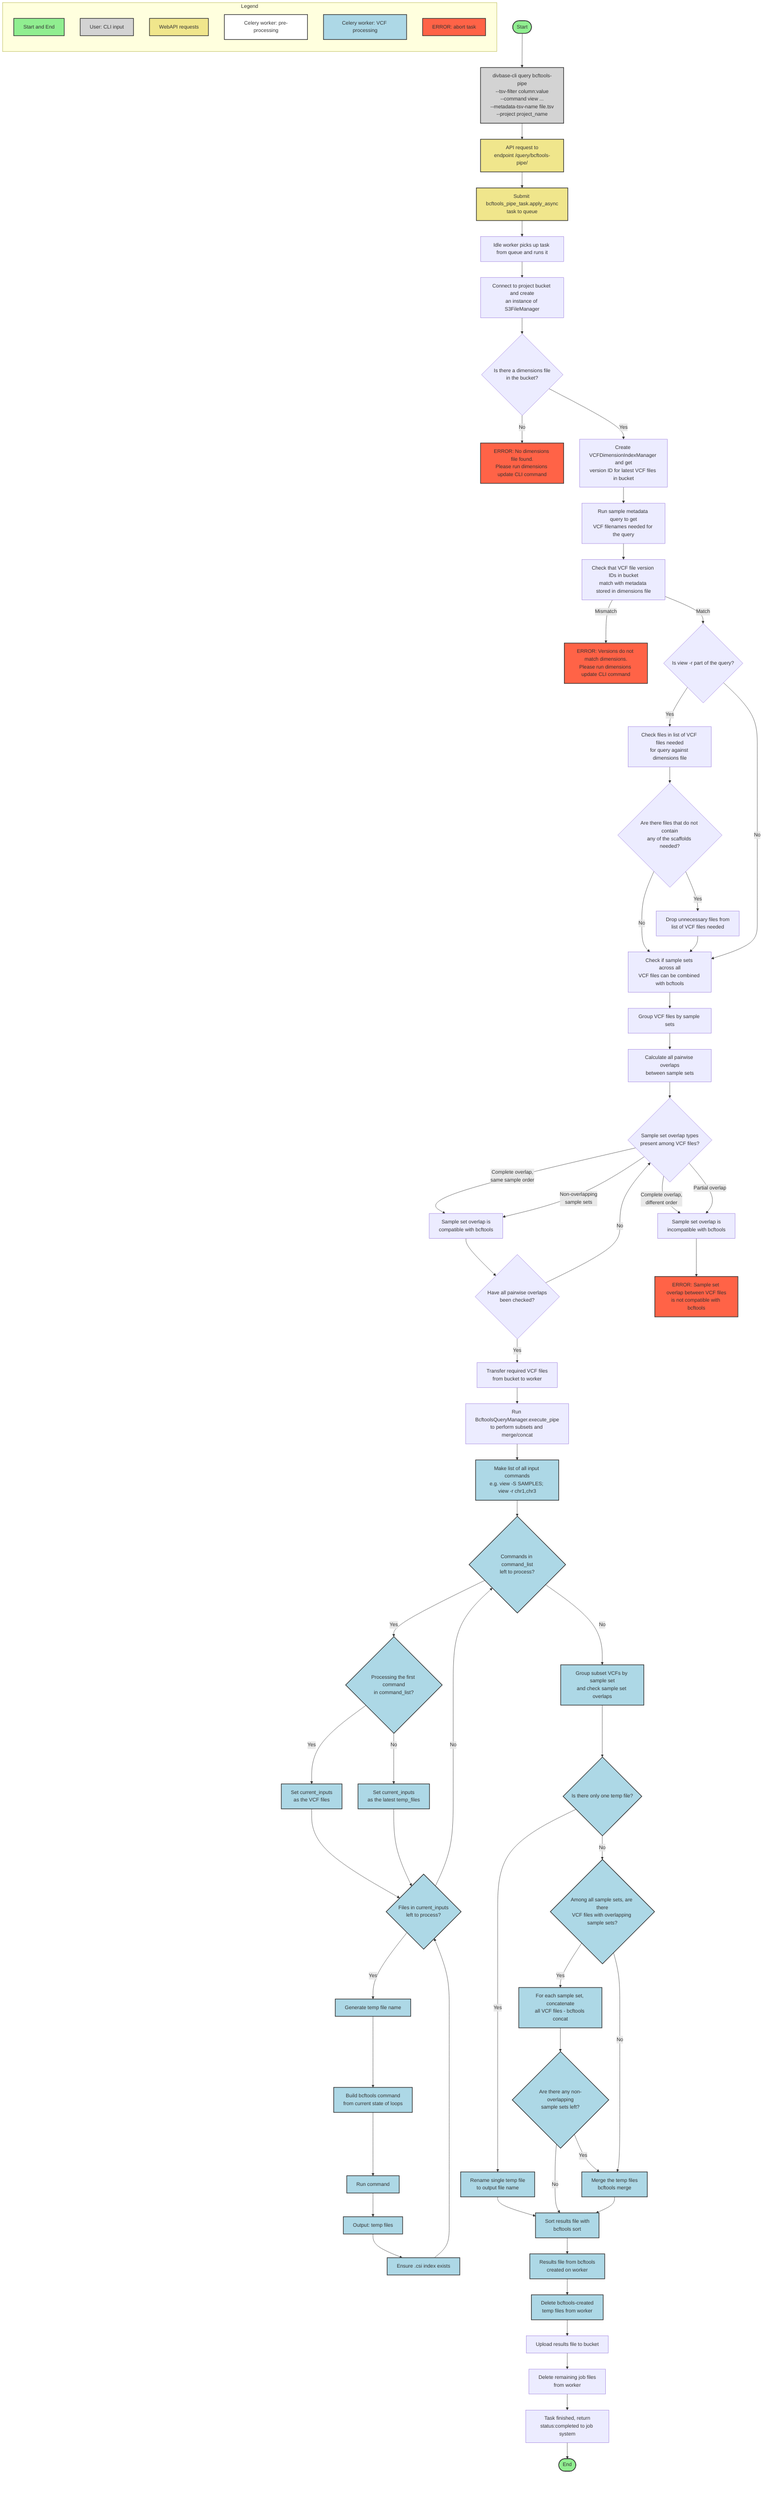
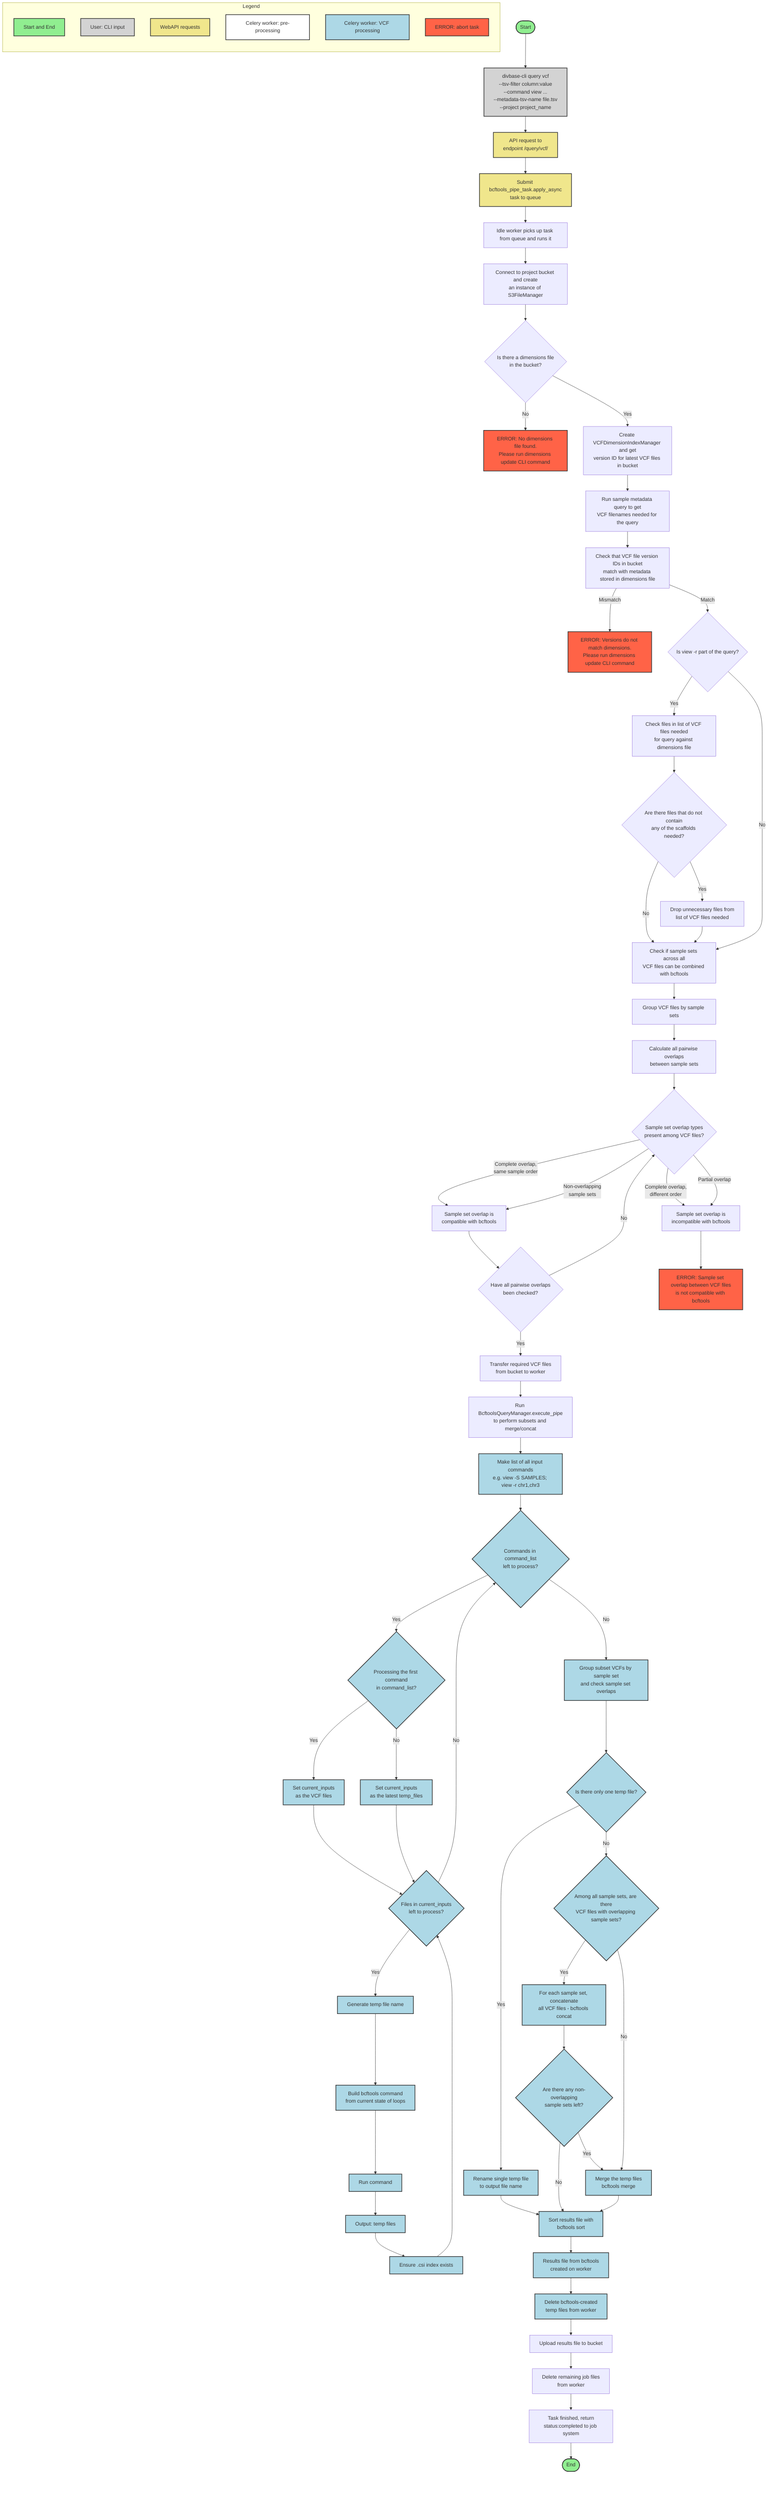
flowchart TB
    subgraph Legend
        direction TB
        key1[Start and End]:::green
        key2[User: CLI input]:::gray
        key3[WebAPI requests]:::khaki
        key4[Celery worker: pre-processing]:::white
        key5[Celery worker: VCF processing]:::blue
        key6[ERROR: abort task]:::red
    end

    start([Start]):::green
-     CLI_command[divbase-cli query bcftools-pipe<br/>--tsv-filter column:value<br/>--command view ...<br/>--metadata-tsv-name file.tsv<br/>--project project_name]:::gray
-     API_request[API request to<br/>endpoint /query/bcftools-pipe/]:::khaki
+     CLI_command[divbase-cli query vcf<br/>--tsv-filter column:value<br/>--command view ...<br/>--metadata-tsv-name file.tsv<br/>--project project_name]:::gray
+     API_request[API request to<br/>endpoint /query/vcf/]:::khaki
    submit_task[Submit bcftools_pipe_task.apply_async<br/>task to queue]:::khaki

    worker_picks_up_task[Idle worker picks up task from queue and runs it]
    connect_to_bucket[Connect to project bucket and create<br/>an instance of S3FileManager]
    get_vcf_dimensions{Is there a dimensions file<br/>in the bucket?}
    raise_error_no_dimensions_file[ERROR: No dimensions file found.<br/>Please run dimensions update CLI command]:::red
    get_latest_vcf_file_version_ID[Create VCFDimensionIndexManager and get<br/>version ID for latest VCF files in bucket]
    run_tsv_query[Run sample metadata query to get<br/>VCF filenames needed for the query]
    check_versions_matching_dimensions[Check that VCF file version IDs in bucket<br/>match with metadata stored in dimensions file]
    raise_error_version_mismatch[ERROR: Versions do not match dimensions.<br/>Please run dimensions update CLI command]:::red

    check_if_view_r{Is view -r part of the query?}
    check_if_scaffolds_in_vcf[Check files in list of VCF files needed<br/>for query against dimensions file]
    any_unnecessary_files{Are there files that do not contain<br/>any of the scaffolds needed?}
    drop_unnecessary_files[Drop unnecessary files from<br/>list of VCF files needed]

    check_if_samples_can_be_combined[Check if sample sets across all<br/>VCF files can be combined with bcftools]
    group_vcfs_by_sample_set[Group VCF files by sample sets]
    calculate_pairwise_overlap[Calculate all pairwise overlaps<br/>between sample sets]
    check_sample_set_overlap{Sample set overlap types<br/>present among VCF files?}
    valid_overlap[Sample set overlap is<br/>compatible with bcftools]
    all_overlaps_checked{Have all pairwise overlaps<br/>been checked?}
    invalid_overlap[Sample set overlap is<br/>incompatible with bcftools]
    raise_error_invalid_overlap[ERROR: Sample set overlap between VCF files<br/>is not compatible with bcftools]:::red

    transfer_files_to_worker[Transfer required VCF files<br/>from bucket to worker]
    run_bcftools[Run BcftoolsQueryManager.execute_pipe<br/>to perform subsets and merge/concat]

    command_list[Make list of all input commands<br/>e.g. view -S SAMPLES; view -r chr1,chr3]:::blue
    process_commands{Commands in command_list<br/>left to process?}:::blue
    init_loop{Processing the first command<br/>in command_list?}:::blue
    input_vcf[Set current_inputs<br/>as the VCF files]:::blue
    input_temp[Set current_inputs<br/>as the latest temp_files]:::blue
    process_files{Files in current_inputs<br/>left to process?}:::blue
    generate_temp[Generate temp file name]:::blue
    format_command[Build bcftools command<br/>from current state of loops]:::blue
    run_command[Run command]:::blue
    temp_output[Output: temp files]:::blue
    ensure_index[Ensure .csi index exists]:::blue

    check_overlaps_for_merge_concat[Group subset VCFs by sample set<br/>and check sample set overlaps]:::blue
    check_if_more_than_one_temp{Is there only one temp file?}:::blue
    rename_output_file[Rename single temp file<br/>to output file name]:::blue
    concat_files[For each sample set, concatenate<br/>all VCF files - bcftools concat]:::blue

    any_overlaps_for_merge_concat{Among all sample sets, are there<br/>VCF files with overlapping sample sets?}:::blue
    mixed_merge_overlap{Are there any non-overlapping<br/>sample sets left?}:::blue

    merge_files[Merge the temp files<br/>bcftools merge]:::blue
    sort_results_file[Sort results file with<br/>bcftools sort]:::blue
    cleanup_temp_files[Delete bcftools-created<br/>temp files from worker]:::blue

    results_file_created[Results file from bcftools<br/>created on worker]:::blue
    upload_results_file[Upload results file to bucket]
    delete_job_files[Delete remaining job files<br/>from worker]
    task_completed[Task finished, return<br/>status:completed to job system]
    end_node([End]):::green

    start --> CLI_command
    CLI_command --> API_request
    API_request --> submit_task
    submit_task --> worker_picks_up_task
    worker_picks_up_task --> connect_to_bucket
    connect_to_bucket --> get_vcf_dimensions
    get_vcf_dimensions -->|Yes| get_latest_vcf_file_version_ID
    get_vcf_dimensions -->|No| raise_error_no_dimensions_file
    get_latest_vcf_file_version_ID --> run_tsv_query
    run_tsv_query --> check_versions_matching_dimensions
    check_versions_matching_dimensions -->|Mismatch| raise_error_version_mismatch
    check_versions_matching_dimensions -->|Match| check_if_view_r
    check_if_view_r -->|Yes| check_if_scaffolds_in_vcf
    check_if_scaffolds_in_vcf --> any_unnecessary_files
    any_unnecessary_files -->|Yes| drop_unnecessary_files
    any_unnecessary_files -->|No| check_if_samples_can_be_combined
    drop_unnecessary_files --> check_if_samples_can_be_combined
    check_if_view_r -->|No| check_if_samples_can_be_combined
    check_if_samples_can_be_combined --> group_vcfs_by_sample_set
    group_vcfs_by_sample_set --> calculate_pairwise_overlap
    calculate_pairwise_overlap --> check_sample_set_overlap
    check_sample_set_overlap -->|Complete overlap,<br/>same sample order| valid_overlap
    check_sample_set_overlap -->|Non-overlapping<br/>sample sets| valid_overlap
    check_sample_set_overlap -->|Complete overlap,<br/>different order| invalid_overlap
    check_sample_set_overlap -->|Partial overlap| invalid_overlap
    invalid_overlap --> raise_error_invalid_overlap
    valid_overlap --> all_overlaps_checked
    all_overlaps_checked -->|Yes| transfer_files_to_worker
    all_overlaps_checked -->|No| check_sample_set_overlap
    transfer_files_to_worker --> run_bcftools
    run_bcftools --> command_list

    command_list --> process_commands
    process_commands -->|Yes| init_loop
    init_loop -->|Yes| input_vcf
    init_loop -->|No| input_temp
    input_vcf --> process_files
    input_temp --> process_files
    process_files -->|Yes| generate_temp
    generate_temp --> format_command
    format_command --> run_command
    run_command --> temp_output
    temp_output --> ensure_index
    ensure_index --> process_files
    process_files -->|No| process_commands
    process_commands -->|No| check_overlaps_for_merge_concat
    check_overlaps_for_merge_concat --> check_if_more_than_one_temp
    check_if_more_than_one_temp -->|Yes| rename_output_file
    rename_output_file --> sort_results_file
    check_if_more_than_one_temp -->|No| any_overlaps_for_merge_concat
    any_overlaps_for_merge_concat -->|Yes| concat_files
    concat_files --> mixed_merge_overlap
    mixed_merge_overlap -->|Yes| merge_files
    mixed_merge_overlap -->|No| sort_results_file
    any_overlaps_for_merge_concat -->|No| merge_files
    merge_files --> sort_results_file
    sort_results_file --> results_file_created
    results_file_created --> cleanup_temp_files
    cleanup_temp_files --> upload_results_file
    upload_results_file --> delete_job_files
    delete_job_files --> task_completed
    task_completed --> end_node

    classDef green fill:#90EE90,stroke:#333,stroke-width:2px
    classDef gray fill:#D3D3D3,stroke:#333,stroke-width:2px
    classDef khaki fill:#F0E68C,stroke:#333,stroke-width:2px
    classDef white fill:#FFFFFF,stroke:#333,stroke-width:2px
    classDef blue fill:#ADD8E6,stroke:#333,stroke-width:2px
    classDef red fill:#FF6347,stroke:#333,stroke-width:2px

%% Exported to white theme SVG (dark mode did not render text color correctly agaist colored box backgrounds) with:
%% mmdc -i docs/assets/diagrams/bcftools_task_logic_flow_full.mermaid \
%%      -o docs/assets/diagrams/bcftools_task_logic_flow_full.svg \
